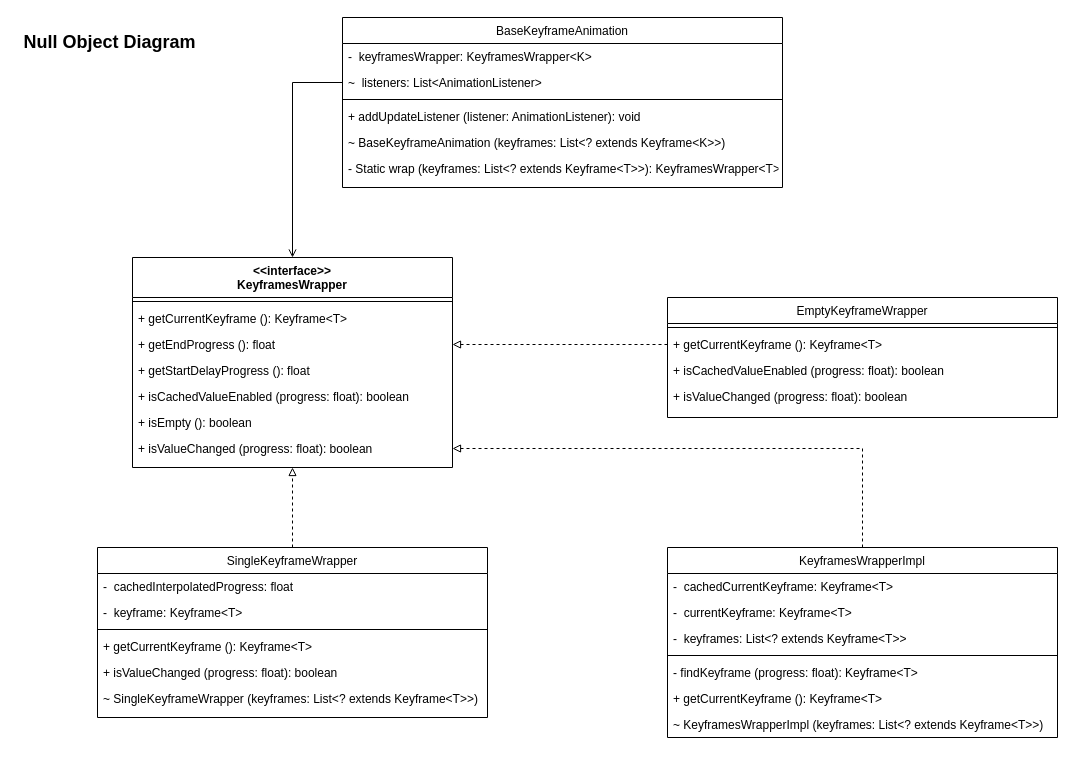
ussnllmn/SAD-1-2564 keeps this draw.io diagram as Null Object Diagram.drawio. Above is the earlier version. Source tidied: cells renumbered, new cells numbered last; positions are measured from the earlier drawing's top-left corner, leaving out a move shared by most shapes. Both pictures are drawn from the tidied source at 100%, with x=0, y=0 at pixel (17, 17).
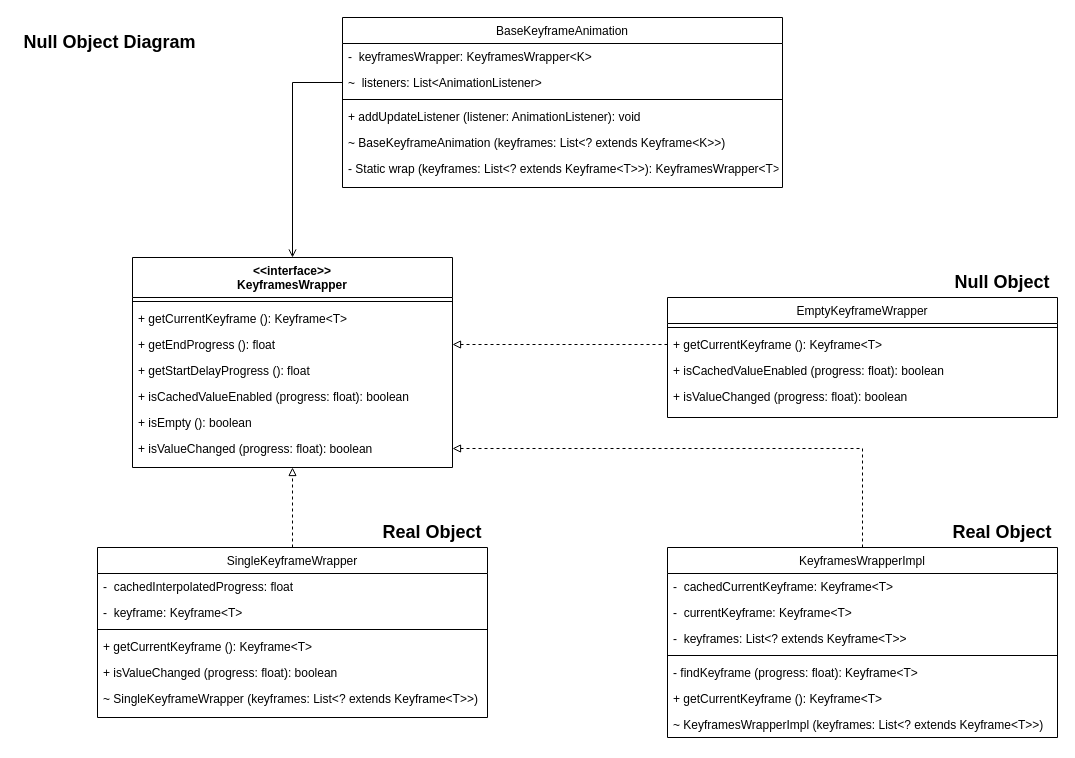
Above is the later version.

What changed in the source:
```diff
@@
+    <mxCell id="42" value="Real Object" style="text;html=1;strokeColor=none;fillColor=none;align=center;verticalAlign=middle;whiteSpace=wrap;rounded=0;fontSize=18;fontStyle=1;" parent="1" vertex="1">
+      <mxGeometry x="360" y="500" width="110" height="30" as="geometry" />
+    </mxCell>
+    <mxCell id="43" value="Real Object" style="text;html=1;strokeColor=none;fillColor=none;align=center;verticalAlign=middle;whiteSpace=wrap;rounded=0;fontSize=18;fontStyle=1;" parent="1" vertex="1">
+      <mxGeometry x="930" y="500" width="110" height="30" as="geometry" />
+    </mxCell>
+    <mxCell id="44" value="Null Object" style="text;html=1;strokeColor=none;fillColor=none;align=center;verticalAlign=middle;whiteSpace=wrap;rounded=0;fontSize=18;fontStyle=1;" parent="1" vertex="1">
+      <mxGeometry x="930" y="250" width="110" height="30" as="geometry" />
+    </mxCell>
```
